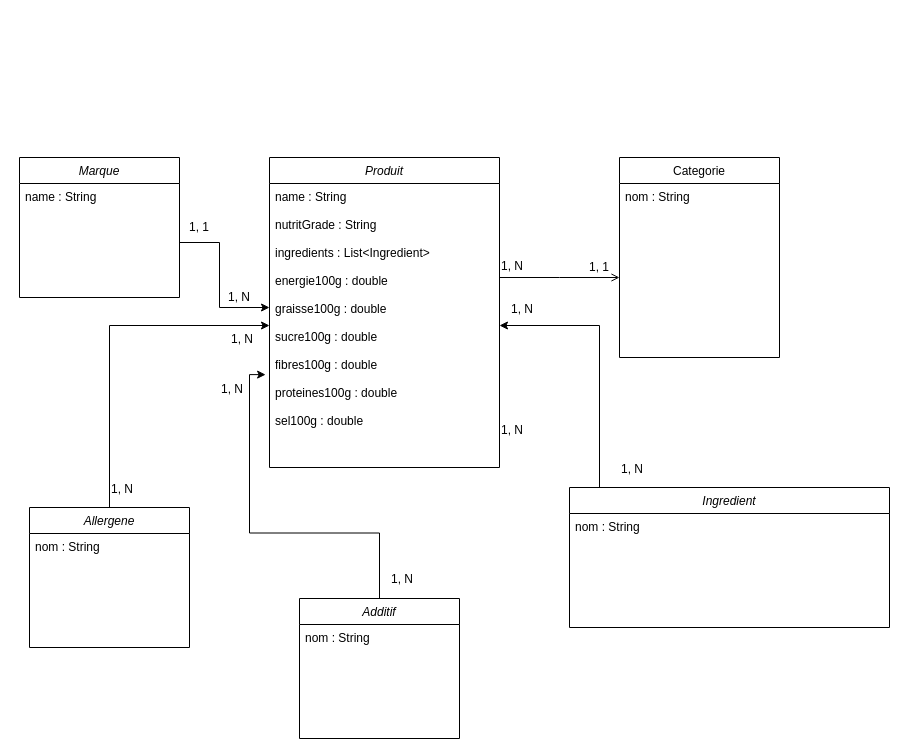
The draw.io diagram resources/openfoodfactsDiagClasse.drawio in EtienneU/open-food-facts-jpa, before the edit. Source tidied: cells renumbered, new cells numbered last; positions are measured from the earlier drawing's top-left corner, leaving out a move shared by most shapes. Both pictures are drawn from the tidied source at 100%, with x=0, y=0 at pixel (19, 157).
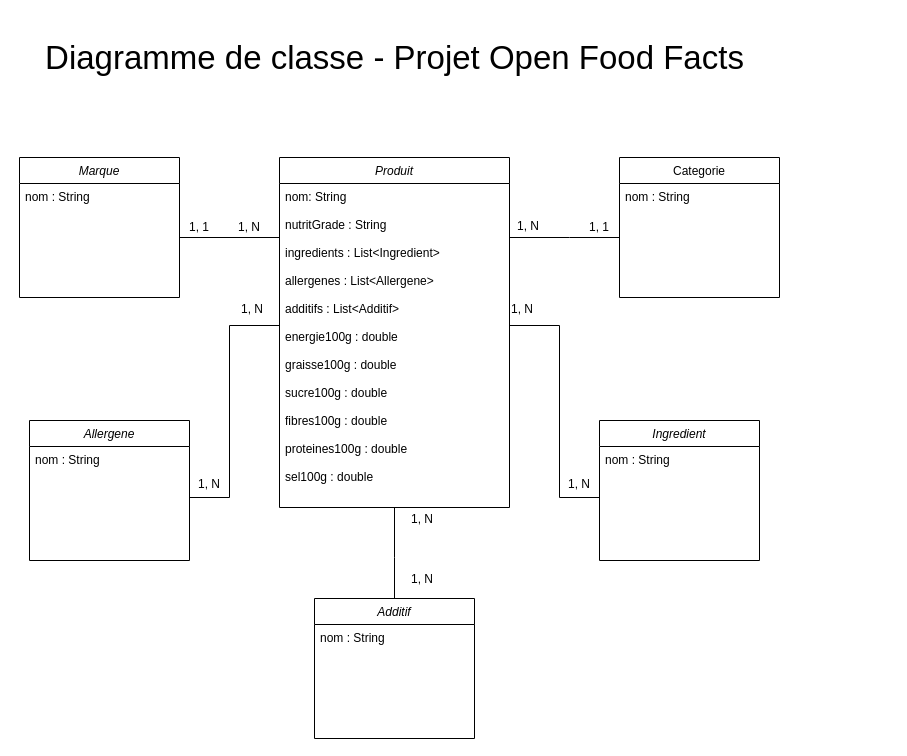
The same page after the edit.

Unchanged cells that the change refers to:
```xml
<mxCell id="8" value="Marque" style="swimlane;fontStyle=2;align=center;verticalAlign=top;horizontal=1;startSize=26;rounded=0;shadow=0;strokeWidth=1;" parent="1" vertex="1">
  <mxGeometry width="160" height="140" as="geometry" />
</mxCell>
```

Change to the diagram source:
```diff
@@
     <mxCell id="2" value="Produit" style="swimlane;fontStyle=2;align=center;verticalAlign=top;horizontal=1;startSize=26;rounded=0;shadow=0;strokeWidth=1;" parent="1" vertex="1">
-      <mxGeometry x="250" width="230" height="310" as="geometry" />
+      <mxGeometry x="260" width="230" height="350" as="geometry" />
     </mxCell>
-    <mxCell id="3" value="name : String&#10;&#10;nutritGrade : String&#10;&#10;ingredients : List&lt;Ingredient&gt;&#10;&#10;energie100g : double&#10;&#10;graisse100g : double&#10;&#10;sucre100g : double&#10;&#10;fibres100g : double&#10;&#10;proteines100g : double&#10;&#10;sel100g : double&#10;&#10;&#10;" style="text;align=left;verticalAlign=top;spacingLeft=4;spacingRight=4;overflow=hidden;points=[[0,0.5],[1,0.5]];portConstraint=eastwest;rounded=0;shadow=0;html=0;" parent="2" vertex="1">
-      <mxGeometry y="26" width="230" height="284" as="geometry" />
+    <mxCell id="3" value="nom: String&#10;&#10;nutritGrade : String&#10;&#10;ingredients : List&lt;Ingredient&gt;&#10;&#10;allergenes : List&lt;Allergene&gt;&#10;&#10;additifs : List&lt;Additif&gt;&#10;&#10;energie100g : double&#10;&#10;graisse100g : double&#10;&#10;sucre100g : double&#10;&#10;fibres100g : double&#10;&#10;proteines100g : double&#10;&#10;sel100g : double&#10;" style="text;align=left;verticalAlign=top;spacingLeft=4;spacingRight=4;overflow=hidden;points=[[0,0.5],[1,0.5]];portConstraint=eastwest;rounded=0;shadow=0;html=0;" parent="2" vertex="1">
+      <mxGeometry y="26" width="230" height="324" as="geometry" />
     </mxCell>
     <mxCell id="4" value="Categorie" style="swimlane;fontStyle=0;align=center;verticalAlign=top;horizontal=1;startSize=26;rounded=0;shadow=0;strokeWidth=1;" parent="1" vertex="1">
-      <mxGeometry x="600" width="160" height="200" as="geometry" />
+      <mxGeometry x="600" width="160" height="140" as="geometry" />
     </mxCell>
@@
-    <mxCell id="6" style="endArrow=open;shadow=0;strokeWidth=1;rounded=0;endFill=1;edgeStyle=elbowEdgeStyle;elbow=vertical;" parent="1" edge="1" source="2" target="4">
+    <mxCell id="6" style="endArrow=none;shadow=0;strokeWidth=1;rounded=0;endFill=0;edgeStyle=elbowEdgeStyle;elbow=vertical;startArrow=none;startFill=0;" parent="1" edge="1" source="2" target="4">
       <mxGeometry x="0.5" y="41" relative="1" as="geometry">
         <Array as="points">
-          <mxPoint x="540" y="120" />
+          <mxPoint x="550" y="80" />
         </Array>
         <mxPoint x="-40" y="32" as="offset" />
       </mxGeometry>
     </mxCell>
     <mxCell id="7" value="1, N" style="align=left;verticalAlign=bottom;labelBackgroundColor=none;fontSize=12;" parent="6" vertex="1">
       <mxGeometry x="-1" relative="1" as="geometry">
-        <mxPoint y="-3" as="offset" />
+        <mxPoint x="6" y="-3" as="offset" />
       </mxGeometry>
     </mxCell>
@@
-    <mxCell id="9" value="name : String" style="text;align=left;verticalAlign=top;spacingLeft=4;spacingRight=4;overflow=hidden;" parent="8" vertex="1">
+    <mxCell id="9" value="nom : String" style="text;align=left;verticalAlign=top;spacingLeft=4;spacingRight=4;overflow=hidden;" parent="8" vertex="1">
       <mxGeometry y="26" width="160" height="26" as="geometry" />
     </mxCell>
-    <mxCell id="10" style="edgeStyle=orthogonalEdgeStyle;rounded=0;jettySize=auto;html=1;" parent="1" edge="1" target="3">
+    <mxCell id="10" style="edgeStyle=orthogonalEdgeStyle;rounded=0;jettySize=auto;html=1;startArrow=none;startFill=0;endArrow=none;endFill=0;" parent="1" edge="1" target="3">
       <mxGeometry relative="1" as="geometry">
         <mxPoint x="160" y="85" as="sourcePoint" />
         <Array as="points">
-          <mxPoint x="200" y="85" />
-          <mxPoint x="200" y="150" />
+          <mxPoint x="160" y="80" />
         </Array>
       </mxGeometry>
     </mxCell>
     <mxCell id="11" value="1, N" style="text;html=1;strokeColor=none;fillColor=none;align=center;verticalAlign=middle;whiteSpace=wrap;rounded=0;" parent="1" vertex="1">
-      <mxGeometry x="200" y="130" width="40" height="20" as="geometry" />
+      <mxGeometry x="210" y="60" width="40" height="20" as="geometry" />
     </mxCell>
@@
-    <mxCell id="13" style="edgeStyle=orthogonalEdgeStyle;rounded=0;jettySize=auto;html=1;" parent="1" edge="1" source="14" target="3">
+    <mxCell id="13" style="edgeStyle=orthogonalEdgeStyle;rounded=0;jettySize=auto;html=1;startArrow=none;startFill=0;endArrow=none;endFill=0;" parent="1" edge="1" source="14" target="3">
       <mxGeometry relative="1" as="geometry">
         <Array as="points">
-          <mxPoint x="580" y="168" />
+          <mxPoint x="540" y="340" />
+          <mxPoint x="540" y="168" />
         </Array>
       </mxGeometry>
     </mxCell>
     <mxCell id="14" value="Ingredient" style="swimlane;fontStyle=2;align=center;verticalAlign=top;horizontal=1;startSize=26;rounded=0;shadow=0;strokeWidth=1;" parent="1" vertex="1">
-      <mxGeometry x="550" y="330" width="320" height="140" as="geometry" />
+      <mxGeometry x="580" y="263" width="160" height="140" as="geometry" />
     </mxCell>
     <mxCell id="15" value="nom : String" style="text;align=left;verticalAlign=top;spacingLeft=4;spacingRight=4;overflow=hidden;" parent="14" vertex="1">
-      <mxGeometry y="26" width="320" height="26" as="geometry" />
+      <mxGeometry y="26" width="160" height="26" as="geometry" />
     </mxCell>
-    <mxCell id="16" value="1, N" style="align=left;verticalAlign=bottom;labelBackgroundColor=none;fontSize=12;" parent="1" vertex="1">
-      <mxGeometry x="600" y="320" as="geometry" />
+    <mxCell id="16" value="1, N" style="align=left;verticalAlign=bottom;labelBackgroundColor=none;fontSize=12;direction=south;" parent="1" vertex="1">
+      <mxGeometry x="547" y="335" as="geometry" />
     </mxCell>
@@
-    <mxCell id="18" style="edgeStyle=orthogonalEdgeStyle;rounded=0;jettySize=auto;html=1;" parent="1" edge="1" source="19" target="3">
-      <mxGeometry relative="1" as="geometry" />
+    <mxCell id="18" style="edgeStyle=orthogonalEdgeStyle;rounded=0;jettySize=auto;html=1;startArrow=none;startFill=0;endArrow=none;endFill=0;" parent="1" edge="1" source="19" target="3">
+      <mxGeometry relative="1" as="geometry">
+        <Array as="points">
+          <mxPoint x="210" y="340" />
+          <mxPoint x="210" y="168" />
+        </Array>
+      </mxGeometry>
     </mxCell>
     <mxCell id="19" value="Allergene&#10;" style="swimlane;fontStyle=2;align=center;verticalAlign=top;horizontal=1;startSize=26;rounded=0;shadow=0;strokeWidth=1;" parent="1" vertex="1">
-      <mxGeometry x="10" y="350" width="160" height="140" as="geometry" />
+      <mxGeometry x="10" y="263" width="160" height="140" as="geometry" />
     </mxCell>
@@
     <mxCell id="21" value="1, N" style="align=left;verticalAlign=bottom;labelBackgroundColor=none;fontSize=12;" parent="1" vertex="1">
-      <mxGeometry x="210" y="190" as="geometry" />
+      <mxGeometry x="220" y="160" as="geometry" />
     </mxCell>
     <mxCell id="22" value="1, N" style="align=left;verticalAlign=bottom;labelBackgroundColor=none;fontSize=12;" parent="1" vertex="1">
-      <mxGeometry x="90" y="340" as="geometry" />
+      <mxGeometry x="177" y="335" as="geometry" />
     </mxCell>
-    <mxCell id="23" style="edgeStyle=orthogonalEdgeStyle;rounded=0;jettySize=auto;html=1;entryX=-0.017;entryY=0.673;entryDx=0;entryDy=0;entryPerimeter=0;" parent="1" edge="1" source="24" target="3">
-      <mxGeometry relative="1" as="geometry" />
+    <mxCell id="23" style="edgeStyle=orthogonalEdgeStyle;rounded=0;jettySize=auto;html=1;entryX=0.5;entryY=1;entryDx=0;entryDy=0;entryPerimeter=0;startArrow=none;startFill=0;endArrow=none;endFill=0;" parent="1" edge="1" source="24" target="3">
+      <mxGeometry relative="1" as="geometry">
+        <Array as="points">
+          <mxPoint x="375" y="400" />
+          <mxPoint x="375" y="400" />
+        </Array>
+      </mxGeometry>
     </mxCell>
     <mxCell id="24" value="Additif" style="swimlane;fontStyle=2;align=center;verticalAlign=top;horizontal=1;startSize=26;rounded=0;shadow=0;strokeWidth=1;" parent="1" vertex="1">
-      <mxGeometry x="280" y="441" width="160" height="140" as="geometry" />
+      <mxGeometry x="295" y="441" width="160" height="140" as="geometry" />
     </mxCell>
@@
-    <mxCell id="26" value="1, N" style="align=left;verticalAlign=bottom;labelBackgroundColor=none;fontSize=12;" parent="1" vertex="1">
-      <mxGeometry x="480" y="281" as="geometry" />
-    </mxCell>
     <mxCell id="27" value="1, N" style="align=left;verticalAlign=bottom;labelBackgroundColor=none;fontSize=12;" parent="1" vertex="1">
-      <mxGeometry x="200" y="240" as="geometry" />
+      <mxGeometry x="390" y="370" as="geometry" />
     </mxCell>
     <mxCell id="28" value="1, N" style="align=left;verticalAlign=bottom;labelBackgroundColor=none;fontSize=12;" parent="1" vertex="1">
-      <mxGeometry x="370" y="430" as="geometry" />
+      <mxGeometry x="390" y="430" as="geometry" />
     </mxCell>
     <mxCell id="29" value="1, 1" style="text;html=1;strokeColor=none;fillColor=none;align=center;verticalAlign=middle;whiteSpace=wrap;rounded=0;" parent="1" vertex="1">
-      <mxGeometry x="560" y="100" width="40" height="20" as="geometry" />
+      <mxGeometry x="560" y="60" width="40" height="20" as="geometry" />
     </mxCell>
+    <mxCell id="30" value="Diagramme de classe - Projet Open Food Facts" style="text;html=1;strokeColor=none;fillColor=none;align=center;verticalAlign=middle;whiteSpace=wrap;rounded=0;fontSize=33;" parent="1" vertex="1">
+      <mxGeometry x="-2.5" y="-140" width="755" height="80" as="geometry" />
+    </mxCell>
```
